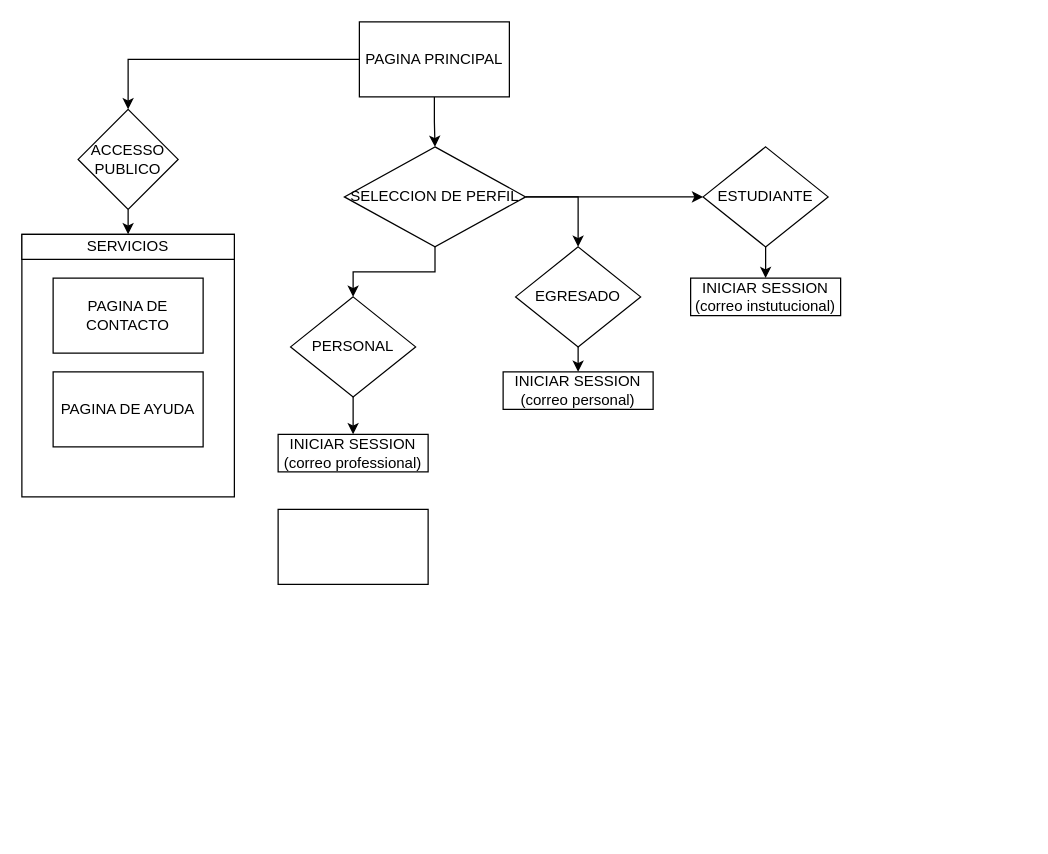
F4JOV/uady-sig-dgjn keeps this draw.io diagram as diagrama_flujo.drawio. Above is the earlier version. Source tidied: cells renumbered, new cells numbered last; positions are measured from the earlier drawing's top-left corner, leaving out a move shared by most shapes. Both pictures are drawn from the tidied source at 125%, with x=0, y=0 at pixel (21, 21).
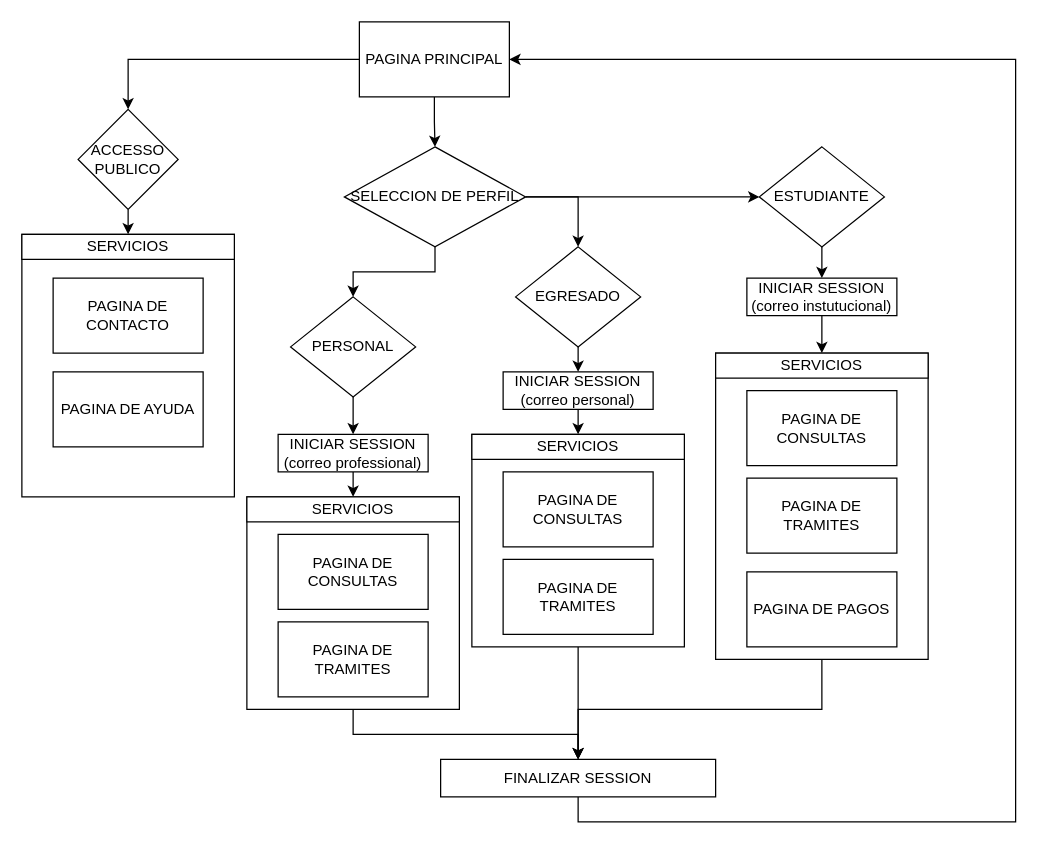
The same diagram, later.

Unchanged cells that the change refers to:
```xml
<mxCell id="4" value="PAGINA PRINCIPAL" style="rounded=0;whiteSpace=wrap;html=1;" parent="1" vertex="1">
  <mxGeometry x="270" width="120" height="60" as="geometry" />
</mxCell>
<mxCell id="19" value="INICIAR SESSION&lt;br&gt;(correo personal)" style="rounded=0;whiteSpace=wrap;html=1;" parent="1" vertex="1">
  <mxGeometry x="385" y="280" width="120" height="30" as="geometry" />
</mxCell>
<mxCell id="20" value="INICIAR SESSION&lt;br&gt;(correo professional)" style="rounded=0;whiteSpace=wrap;html=1;" parent="1" vertex="1">
  <mxGeometry x="205" y="330" width="120" height="30" as="geometry" />
</mxCell>
```

What changed in the source:
```diff
@@
     <mxCell id="13" value="ESTUDIANTE" style="rhombus;whiteSpace=wrap;html=1;" parent="1" vertex="1">
-      <mxGeometry x="545" y="100" width="100" height="80" as="geometry" />
+      <mxGeometry x="590" y="100" width="100" height="80" as="geometry" />
     </mxCell>
@@
+    <mxCell id="25" style="edgeStyle=orthogonalEdgeStyle;rounded=0;jettySize=auto;html=1;entryX=0.5;entryY=0;entryDx=0;entryDy=0;" parent="1" edge="1" source="18" target="37">
+      <mxGeometry relative="1" as="geometry" />
+    </mxCell>
     <mxCell id="18" value="INICIAR SESSION&lt;br&gt;(correo instutucional)" style="rounded=0;whiteSpace=wrap;html=1;" parent="1" vertex="1">
-      <mxGeometry x="535" y="205" width="120" height="30" as="geometry" />
+      <mxGeometry x="580" y="205" width="120" height="30" as="geometry" />
     </mxCell>
+    <mxCell id="26" style="edgeStyle=orthogonalEdgeStyle;rounded=0;jettySize=auto;html=1;exitX=0.5;exitY=1;exitDx=0;exitDy=0;entryX=0.5;entryY=0;entryDx=0;entryDy=0;" parent="1" edge="1" source="19" target="32">
+      <mxGeometry relative="1" as="geometry" />
+    </mxCell>
@@
+    <mxCell id="27" style="edgeStyle=orthogonalEdgeStyle;rounded=0;jettySize=auto;html=1;exitX=0.5;exitY=1;exitDx=0;exitDy=0;entryX=0.5;entryY=0;entryDx=0;entryDy=0;" parent="1" edge="1" source="20" target="43">
+      <mxGeometry relative="1" as="geometry" />
+    </mxCell>
@@
+    <mxCell id="28" style="edgeStyle=orthogonalEdgeStyle;rounded=0;jettySize=auto;html=1;exitX=0.5;exitY=1;exitDx=0;exitDy=0;entryX=1;entryY=0.5;entryDx=0;entryDy=0;" parent="1" edge="1" source="21" target="4">
+      <mxGeometry relative="1" as="geometry">
+        <Array as="points">
+          <mxPoint x="445" y="640" />
+          <mxPoint x="795" y="640" />
+          <mxPoint x="795" y="30" />
+        </Array>
+      </mxGeometry>
+    </mxCell>
-    <mxCell id="21" style="rounded=0;whiteSpace=wrap;html=1;" parent="1" vertex="1">
-      <mxGeometry x="205" y="390" width="120" height="60" as="geometry" />
+    <mxCell id="21" value="FINALIZAR SESSION" style="rounded=0;whiteSpace=wrap;html=1;" parent="1" vertex="1">
+      <mxGeometry x="335" y="590" width="220" height="30" as="geometry" />
     </mxCell>
@@
+    <mxCell id="29" style="edgeStyle=orthogonalEdgeStyle;rounded=0;jettySize=auto;html=1;exitX=0.5;exitY=1;exitDx=0;exitDy=0;entryX=0.5;entryY=0;entryDx=0;entryDy=0;" parent="1" edge="1" source="30" target="21">
+      <mxGeometry relative="1" as="geometry" />
+    </mxCell>
+    <mxCell id="30" style="rounded=0;html=1;align=center;whiteSpace=wrap;labelPosition=center;verticalLabelPosition=middle;verticalAlign=middle;" parent="1" vertex="1">
+      <mxGeometry x="360" y="330" width="170" height="170" as="geometry" />
+    </mxCell>
+    <mxCell id="31" value="PAGINA DE TRAMITES" style="rounded=0;whiteSpace=wrap;html=1;" parent="1" vertex="1">
+      <mxGeometry x="385" y="430" width="120" height="60" as="geometry" />
+    </mxCell>
+    <mxCell id="32" value="SERVICIOS" style="rounded=0;whiteSpace=wrap;html=1;strokeColor=default;" parent="1" vertex="1">
+      <mxGeometry x="360" y="330" width="170" height="20" as="geometry" />
+    </mxCell>
+    <mxCell id="33" value="PAGINA DE CONSULTAS" style="rounded=0;whiteSpace=wrap;html=1;" parent="1" vertex="1">
+      <mxGeometry x="385" y="360" width="120" height="60" as="geometry" />
+    </mxCell>
+    <mxCell id="34" style="edgeStyle=orthogonalEdgeStyle;rounded=0;jettySize=auto;html=1;entryX=0.5;entryY=0;entryDx=0;entryDy=0;" parent="1" edge="1" source="35" target="21">
+      <mxGeometry relative="1" as="geometry" />
+    </mxCell>
+    <mxCell id="35" style="rounded=0;html=1;align=center;whiteSpace=wrap;labelPosition=center;verticalLabelPosition=middle;verticalAlign=middle;" parent="1" vertex="1">
+      <mxGeometry x="555" y="265" width="170" height="245" as="geometry" />
+    </mxCell>
+    <mxCell id="36" value="PAGINA DE TRAMITES" style="rounded=0;whiteSpace=wrap;html=1;" parent="1" vertex="1">
+      <mxGeometry x="580" y="365" width="120" height="60" as="geometry" />
+    </mxCell>
+    <mxCell id="37" value="SERVICIOS" style="rounded=0;whiteSpace=wrap;html=1;strokeColor=default;" parent="1" vertex="1">
+      <mxGeometry x="555" y="265" width="170" height="20" as="geometry" />
+    </mxCell>
+    <mxCell id="38" value="PAGINA DE CONSULTAS" style="rounded=0;whiteSpace=wrap;html=1;" parent="1" vertex="1">
+      <mxGeometry x="580" y="295" width="120" height="60" as="geometry" />
+    </mxCell>
+    <mxCell id="39" value="PAGINA DE PAGOS" style="rounded=0;whiteSpace=wrap;html=1;" parent="1" vertex="1">
+      <mxGeometry x="580" y="440" width="120" height="60" as="geometry" />
+    </mxCell>
+    <mxCell id="40" style="edgeStyle=orthogonalEdgeStyle;rounded=0;jettySize=auto;html=1;exitX=0.5;exitY=1;exitDx=0;exitDy=0;entryX=0.5;entryY=0;entryDx=0;entryDy=0;" parent="1" edge="1" source="41" target="21">
+      <mxGeometry relative="1" as="geometry" />
+    </mxCell>
+    <mxCell id="41" style="rounded=0;html=1;align=center;whiteSpace=wrap;labelPosition=center;verticalLabelPosition=middle;verticalAlign=middle;" parent="1" vertex="1">
+      <mxGeometry x="180" y="380" width="170" height="170" as="geometry" />
+    </mxCell>
+    <mxCell id="42" value="PAGINA DE TRAMITES" style="rounded=0;whiteSpace=wrap;html=1;" parent="1" vertex="1">
+      <mxGeometry x="205" y="480" width="120" height="60" as="geometry" />
+    </mxCell>
+    <mxCell id="43" value="SERVICIOS" style="rounded=0;whiteSpace=wrap;html=1;strokeColor=default;" parent="1" vertex="1">
+      <mxGeometry x="180" y="380" width="170" height="20" as="geometry" />
+    </mxCell>
+    <mxCell id="44" value="PAGINA DE CONSULTAS" style="rounded=0;whiteSpace=wrap;html=1;" parent="1" vertex="1">
+      <mxGeometry x="205" y="410" width="120" height="60" as="geometry" />
+    </mxCell>
```
